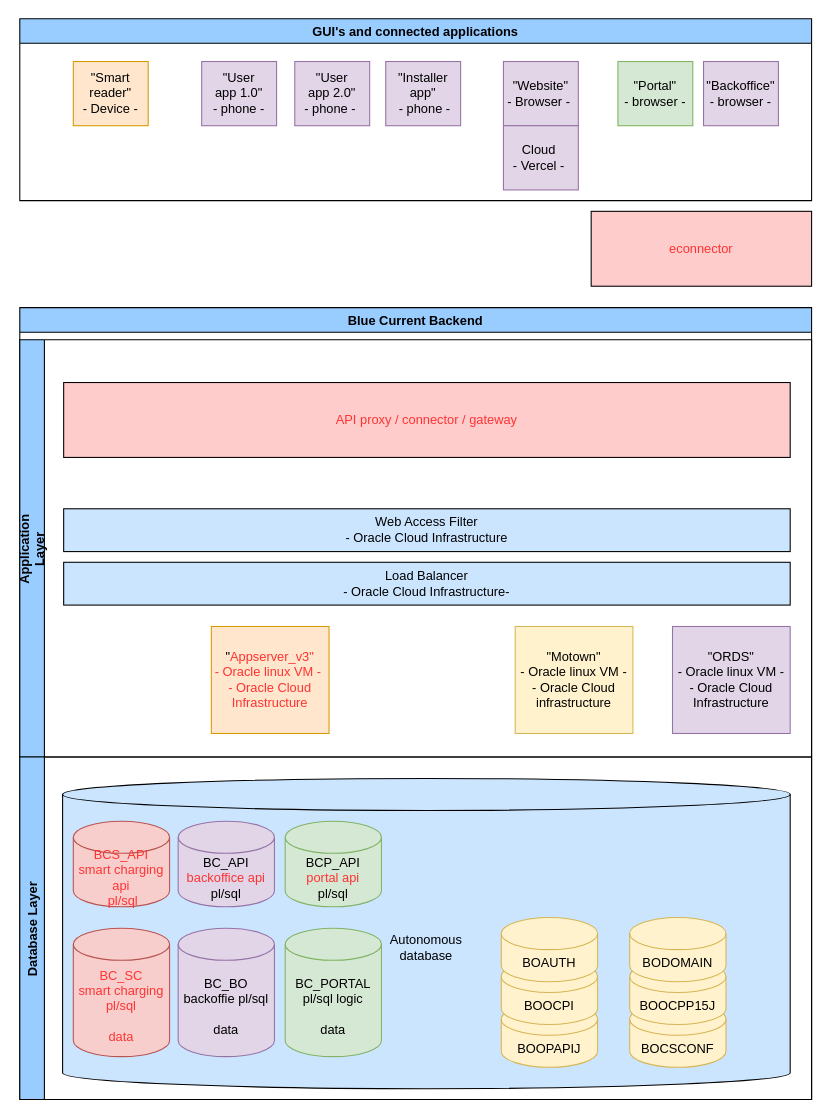
Earlier version of the draw.io diagram page "2022 Physical component" (6 of 8) of architecture.drawio (Jeloeno/Cloud-Governance). Source tidied: cells renumbered, new cells numbered last; positions are measured from the earlier drawing's top-left corner, leaving out a move shared by most shapes. Both pictures are drawn from the tidied source at 107%, with x=0, y=0 at pixel (19, 18).
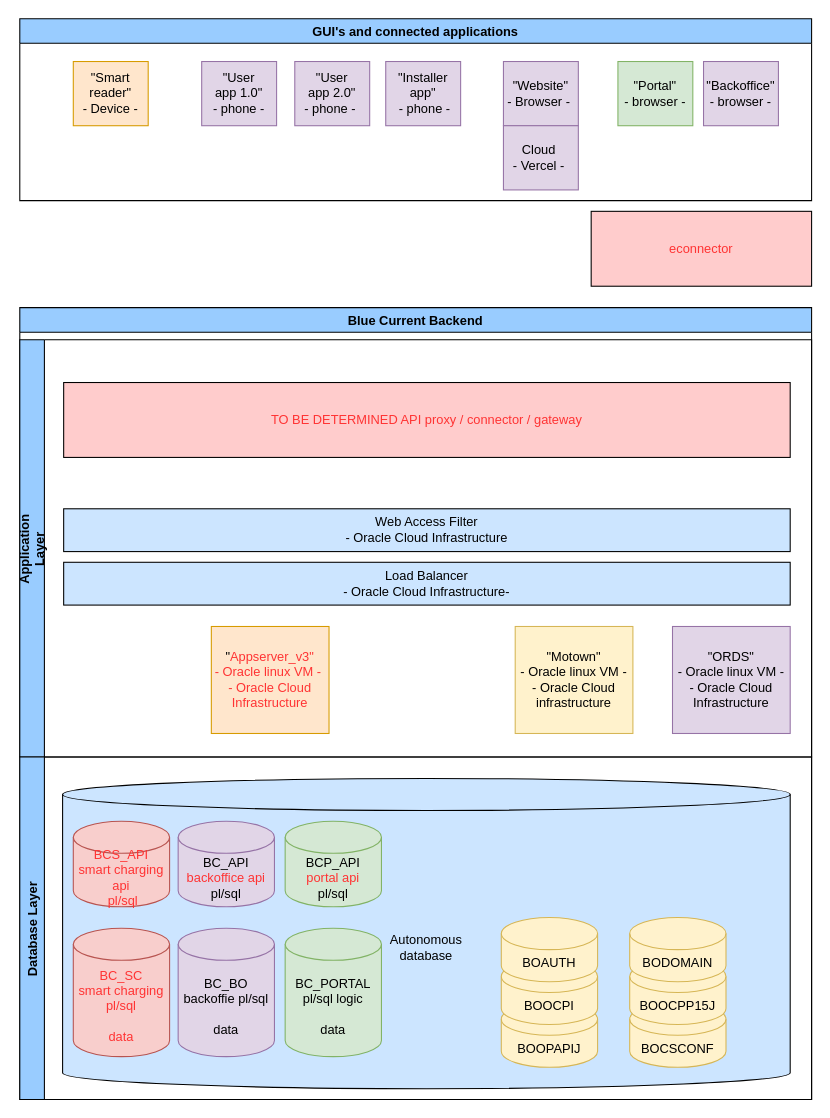
The same diagram, later.

Unchanged cells that the change refers to:
```xml
<mxCell id="3" value="Application&#10;Layer" style="swimlane;horizontal=0;fillColor=#99CCFF;" parent="2" vertex="1">
  <mxGeometry y="30" width="740" height="390" as="geometry" />
</mxCell>
```

The edit, as a diff of the source:
```diff
@@
-    <mxCell id="4" value="API proxy / connector / gateway" style="rounded=0;whiteSpace=wrap;html=1;fontColor=#FF3333;fillColor=#FFCCCC;gradientColor=none;" parent="3" vertex="1">
+    <mxCell id="4" value="TO BE DETERMINED API proxy / connector / gateway" style="rounded=0;whiteSpace=wrap;html=1;fontColor=#FF3333;fillColor=#FFCCCC;gradientColor=none;" parent="3" vertex="1">
       <mxGeometry x="41" y="40" width="679" height="70" as="geometry" />
     </mxCell>
```
